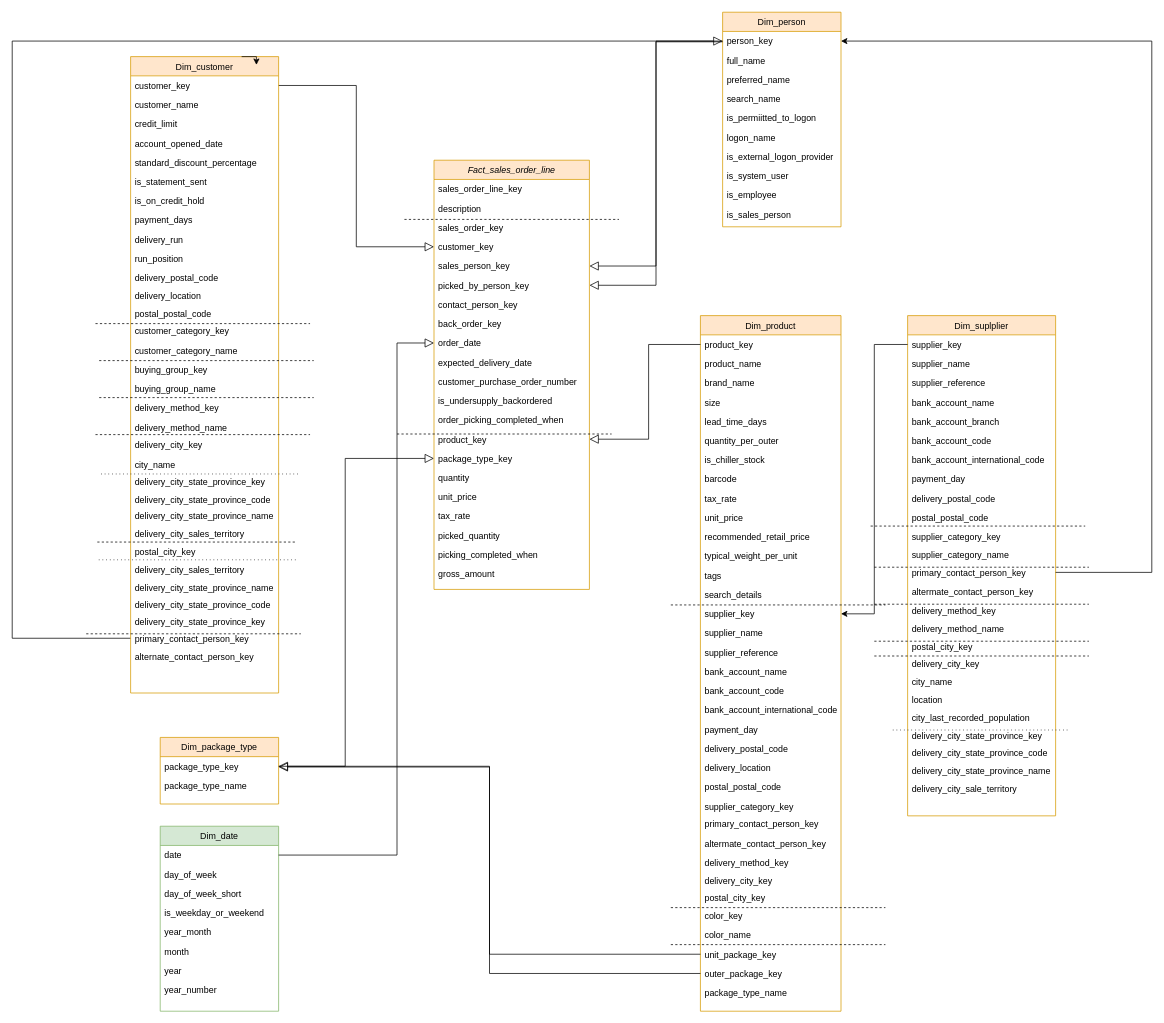
DucTran3110/data_warehouse_course keeps this draw.io diagram as Untitled Diagram.drawio. Above is the earlier version. Source tidied: cells renumbered, new cells numbered last; positions are measured from the earlier drawing's top-left corner, leaving out a move shared by most shapes. Both pictures are drawn from the tidied source at 74%, with x=0, y=0 at pixel (12, 12).
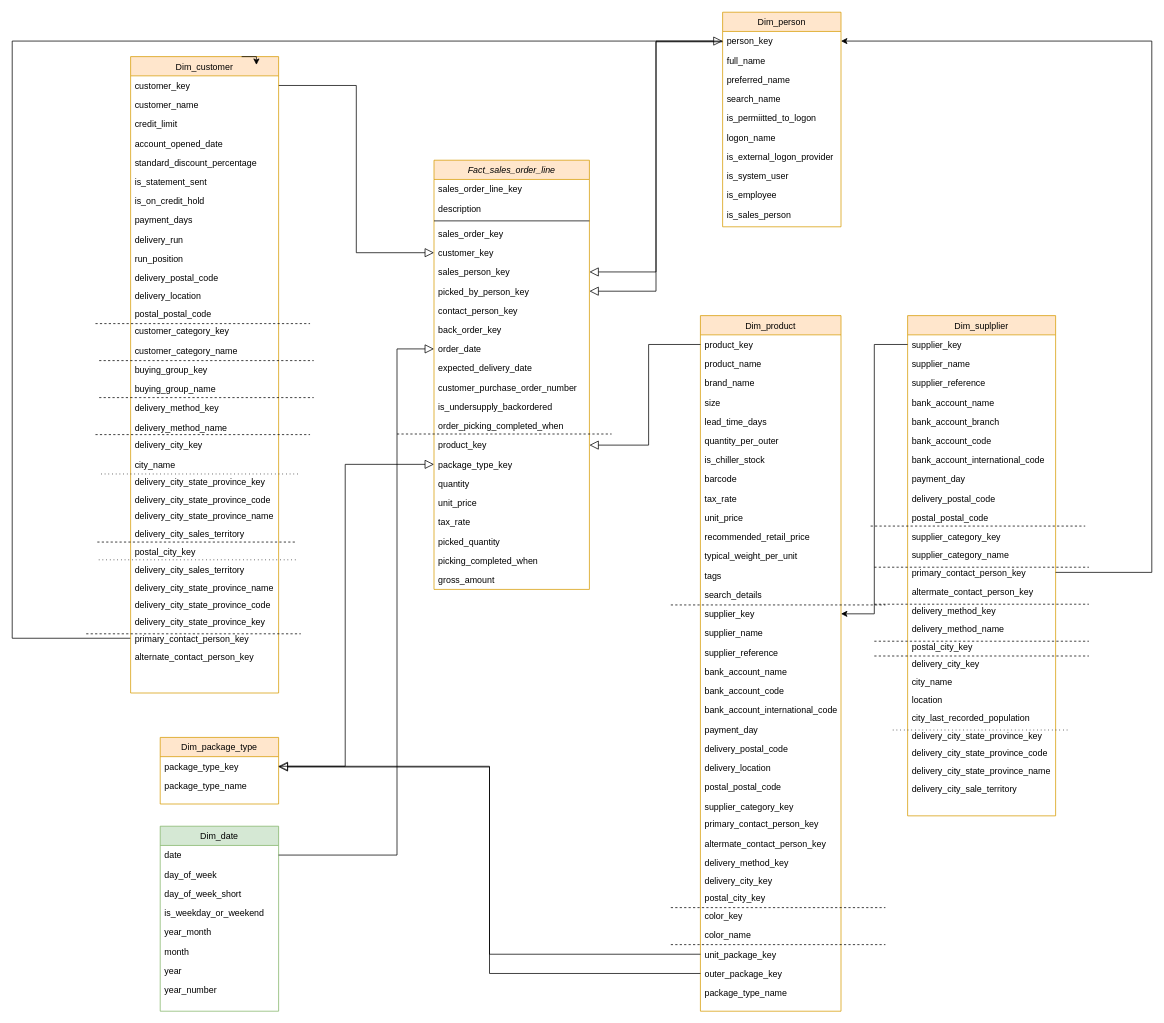
The same diagram, later.

The change refers to these unchanged cells:
```xml
<mxCell id="2" value="Fact_sales_order_line" style="swimlane;fontStyle=2;align=center;verticalAlign=top;horizontal=1;startSize=26;rounded=0;shadow=0;strokeWidth=1;swimlaneLine=1;fillColor=#ffe6cc;strokeColor=#d79b00;" parent="1" vertex="1">
  <mxGeometry x="570" y="200" width="210" height="580" as="geometry" />
</mxCell>
```

Change to the diagram source:
```diff
@@
+    <mxCell id="175" style="line;html=1;strokeWidth=1;align=left;verticalAlign=middle;spacingTop=-1;spacingLeft=3;spacingRight=3;labelPosition=right;" parent="2" vertex="1">
+      <mxGeometry y="78" width="210" height="8" as="geometry" />
+    </mxCell>
     <mxCell id="5" value="sales_order_key" style="text;align=left;verticalAlign=top;spacingLeft=4;spacingRight=4;overflow=hidden;rounded=0;shadow=0;html=0;" parent="2" vertex="1">
-      <mxGeometry y="78" width="210" height="26" as="geometry" />
+      <mxGeometry y="86" width="210" height="26" as="geometry" />
     </mxCell>
     <mxCell id="6" value="customer_key" style="text;align=left;verticalAlign=top;spacingLeft=4;spacingRight=4;overflow=hidden;points=[[0,0.5],[1,0.5]];portConstraint=eastwest;rounded=0;shadow=0;html=0;" parent="2" vertex="1">
-      <mxGeometry y="104" width="210" height="26" as="geometry" />
+      <mxGeometry y="112" width="210" height="26" as="geometry" />
     </mxCell>
     <mxCell id="7" value="sales_person_key" style="text;align=left;verticalAlign=top;spacingLeft=4;spacingRight=4;overflow=hidden;points=[[0,0.5],[1,0.5]];portConstraint=eastwest;rounded=0;shadow=0;html=0;" parent="2" vertex="1">
-      <mxGeometry y="130" width="210" height="26" as="geometry" />
+      <mxGeometry y="138" width="210" height="26" as="geometry" />
     </mxCell>
     <mxCell id="8" value="picked_by_person_key" style="text;align=left;verticalAlign=top;spacingLeft=4;spacingRight=4;overflow=hidden;points=[[0,0.5],[1,0.5]];portConstraint=eastwest;rounded=0;shadow=0;html=0;" parent="2" vertex="1">
-      <mxGeometry y="156" width="210" height="26" as="geometry" />
+      <mxGeometry y="164" width="210" height="26" as="geometry" />
     </mxCell>
     <mxCell id="9" value="contact_person_key" style="text;align=left;verticalAlign=top;spacingLeft=4;spacingRight=4;overflow=hidden;rounded=0;shadow=0;html=0;" parent="2" vertex="1">
-      <mxGeometry y="182" width="210" height="26" as="geometry" />
+      <mxGeometry y="190" width="210" height="26" as="geometry" />
     </mxCell>
     <mxCell id="10" value="back_order_key" style="text;align=left;verticalAlign=top;spacingLeft=4;spacingRight=4;overflow=hidden;rounded=0;shadow=0;html=0;" parent="2" vertex="1">
-      <mxGeometry y="208" width="210" height="26" as="geometry" />
+      <mxGeometry y="216" width="210" height="26" as="geometry" />
     </mxCell>
     <mxCell id="11" value="order_date" style="text;align=left;verticalAlign=top;spacingLeft=4;spacingRight=4;overflow=hidden;points=[[0,0.5],[1,0.5]];portConstraint=eastwest;rounded=0;shadow=0;html=0;" parent="2" vertex="1">
-      <mxGeometry y="234" width="210" height="26" as="geometry" />
+      <mxGeometry y="242" width="210" height="26" as="geometry" />
     </mxCell>
     <mxCell id="12" value="expected_delivery_date" style="text;align=left;verticalAlign=top;spacingLeft=4;spacingRight=4;overflow=hidden;rounded=0;shadow=0;html=0;" parent="2" vertex="1">
-      <mxGeometry y="260" width="210" height="26" as="geometry" />
+      <mxGeometry y="268" width="210" height="26" as="geometry" />
     </mxCell>
     <mxCell id="13" value="customer_purchase_order_number " style="text;align=left;verticalAlign=top;spacingLeft=4;spacingRight=4;overflow=hidden;rounded=0;shadow=0;html=0;" parent="2" vertex="1">
-      <mxGeometry y="286" width="210" height="26" as="geometry" />
+      <mxGeometry y="294" width="210" height="26" as="geometry" />
     </mxCell>
     <mxCell id="14" value="is_undersupply_backordered" style="text;align=left;verticalAlign=top;spacingLeft=4;spacingRight=4;overflow=hidden;rounded=0;shadow=0;html=0;" parent="2" vertex="1">
-      <mxGeometry y="312" width="210" height="26" as="geometry" />
+      <mxGeometry y="320" width="210" height="26" as="geometry" />
     </mxCell>
     <mxCell id="15" value="order_picking_completed_when" style="text;align=left;verticalAlign=top;spacingLeft=4;spacingRight=4;overflow=hidden;rounded=0;shadow=0;html=0;" parent="2" vertex="1">
-      <mxGeometry y="338" width="210" height="26" as="geometry" />
+      <mxGeometry y="346" width="210" height="26" as="geometry" />
     </mxCell>
     <mxCell id="16" value="product_key" style="text;align=left;verticalAlign=top;spacingLeft=4;spacingRight=4;overflow=hidden;points=[[0,0.5],[1,0.5]];portConstraint=eastwest;rounded=0;shadow=0;html=0;" parent="2" vertex="1">
-      <mxGeometry y="364" width="210" height="26" as="geometry" />
+      <mxGeometry y="372" width="210" height="26" as="geometry" />
     </mxCell>
     <mxCell id="17" value="package_type_key" style="text;align=left;verticalAlign=top;spacingLeft=4;spacingRight=4;overflow=hidden;points=[[0,0.5],[1,0.5]];portConstraint=eastwest;rounded=0;shadow=0;html=0;" parent="2" vertex="1">
-      <mxGeometry y="390" width="210" height="26" as="geometry" />
+      <mxGeometry y="398" width="210" height="26" as="geometry" />
     </mxCell>
     <mxCell id="18" value="quantity" style="text;align=left;verticalAlign=top;spacingLeft=4;spacingRight=4;overflow=hidden;rounded=0;shadow=0;html=0;" parent="2" vertex="1">
-      <mxGeometry y="416" width="210" height="26" as="geometry" />
+      <mxGeometry y="424" width="210" height="26" as="geometry" />
     </mxCell>
     <mxCell id="19" value="unit_price" style="text;align=left;verticalAlign=top;spacingLeft=4;spacingRight=4;overflow=hidden;rounded=0;shadow=0;html=0;" parent="2" vertex="1">
-      <mxGeometry y="442" width="210" height="26" as="geometry" />
+      <mxGeometry y="450" width="210" height="26" as="geometry" />
     </mxCell>
     <mxCell id="20" value="tax_rate" style="text;align=left;verticalAlign=top;spacingLeft=4;spacingRight=4;overflow=hidden;rounded=0;shadow=0;html=0;" parent="2" vertex="1">
-      <mxGeometry y="468" width="210" height="26" as="geometry" />
+      <mxGeometry y="476" width="210" height="26" as="geometry" />
     </mxCell>
     <mxCell id="21" value=" picked_quantity" style="text;align=left;verticalAlign=top;spacingLeft=4;spacingRight=4;overflow=hidden;rounded=0;shadow=0;html=0;" parent="2" vertex="1">
-      <mxGeometry y="494" width="210" height="26" as="geometry" />
+      <mxGeometry y="502" width="210" height="26" as="geometry" />
     </mxCell>
     <mxCell id="22" value="picking_completed_when" style="text;align=left;verticalAlign=top;spacingLeft=4;spacingRight=4;overflow=hidden;rounded=0;shadow=0;html=0;" parent="2" vertex="1">
-      <mxGeometry y="520" width="210" height="26" as="geometry" />
+      <mxGeometry y="528" width="210" height="26" as="geometry" />
     </mxCell>
     <mxCell id="23" value="gross_amount" style="text;align=left;verticalAlign=top;spacingLeft=4;spacingRight=4;overflow=hidden;rounded=0;shadow=0;html=0;" parent="2" vertex="1">
-      <mxGeometry y="546" width="210" height="26" as="geometry" />
+      <mxGeometry y="554" width="210" height="26" as="geometry" />
     </mxCell>
@@
-    <mxCell id="124" style="endArrow=none;dashed=1;html=1;rounded=0;" parent="1" edge="1">
-      <mxGeometry relative="1" as="geometry">
-        <mxPoint x="530" y="280" as="sourcePoint" />
-        <mxPoint x="820" y="280" as="targetPoint" />
-      </mxGeometry>
-    </mxCell>
@@
-    <mxCell id="126" value="Dim_customer" style="swimlane;fontStyle=0;align=center;verticalAlign=top;horizontal=1;startSize=26;rounded=0;shadow=0;strokeWidth=1;fillColor=#ffe6cc;strokeColor=#d79b00;" parent="1" vertex="1">
+    <mxCell id="126" value="Dim_customer" style="swimlane;fontStyle=0;align=center;verticalAlign=top;horizontal=1;startSize=26;rounded=0;shadow=0;strokeWidth=1;fillColor=#ffe6cc;strokeColor=#d79b00;swimlaneLine=1;" parent="1" vertex="1">
       <mxGeometry x="160" y="60" width="200" height="860" as="geometry" />
     </mxCell>
```
